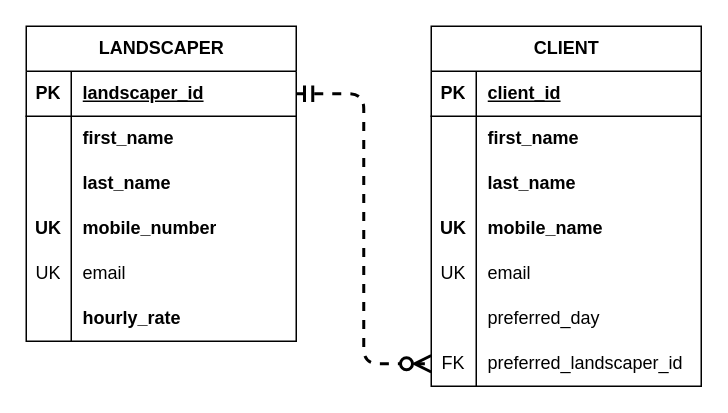
qichendev/assignments keeps this draw.io diagram as page "P0201b" (2 of 3) of relational-database-design/chapter2/P0201.drawio. Above is the earlier version. Source tidied: cells renumbered, new cells numbered last; positions are measured from the earlier drawing's top-left corner, leaving out a move shared by most shapes. Both pictures are drawn from the tidied source at 150%, with x=0, y=0 at pixel (26, 26).
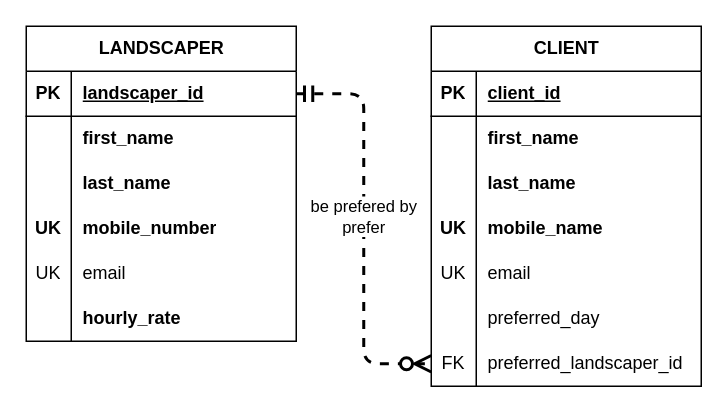
The same diagram, later.

Unchanged cells that the change refers to:
```xml
<mxCell id="43" style="edgeStyle=elbowEdgeStyle;fontSize=12;html=1;endArrow=ERzeroToMany;startArrow=ERmandOne;rounded=1;endSize=8;startSize=8;strokeWidth=2;dashed=1;jumpStyle=none;curved=0;entryX=0;entryY=0.5;entryDx=0;entryDy=0;exitX=1;exitY=0.5;exitDx=0;exitDy=0;" parent="1" edge="1" source="3" target="40">
  <mxGeometry relative="1" as="geometry" />
</mxCell>
```

The edit, as a diff of the source:
```diff
@@
+    <mxCell id="44" value="be prefered by&lt;div&gt;prefer&lt;/div&gt;" style="edgeLabel;html=1;align=center;verticalAlign=middle;" parent="43" vertex="1">
+      <mxGeometry x="-0.07" y="-1" relative="1" as="geometry" />
+    </mxCell>
```
